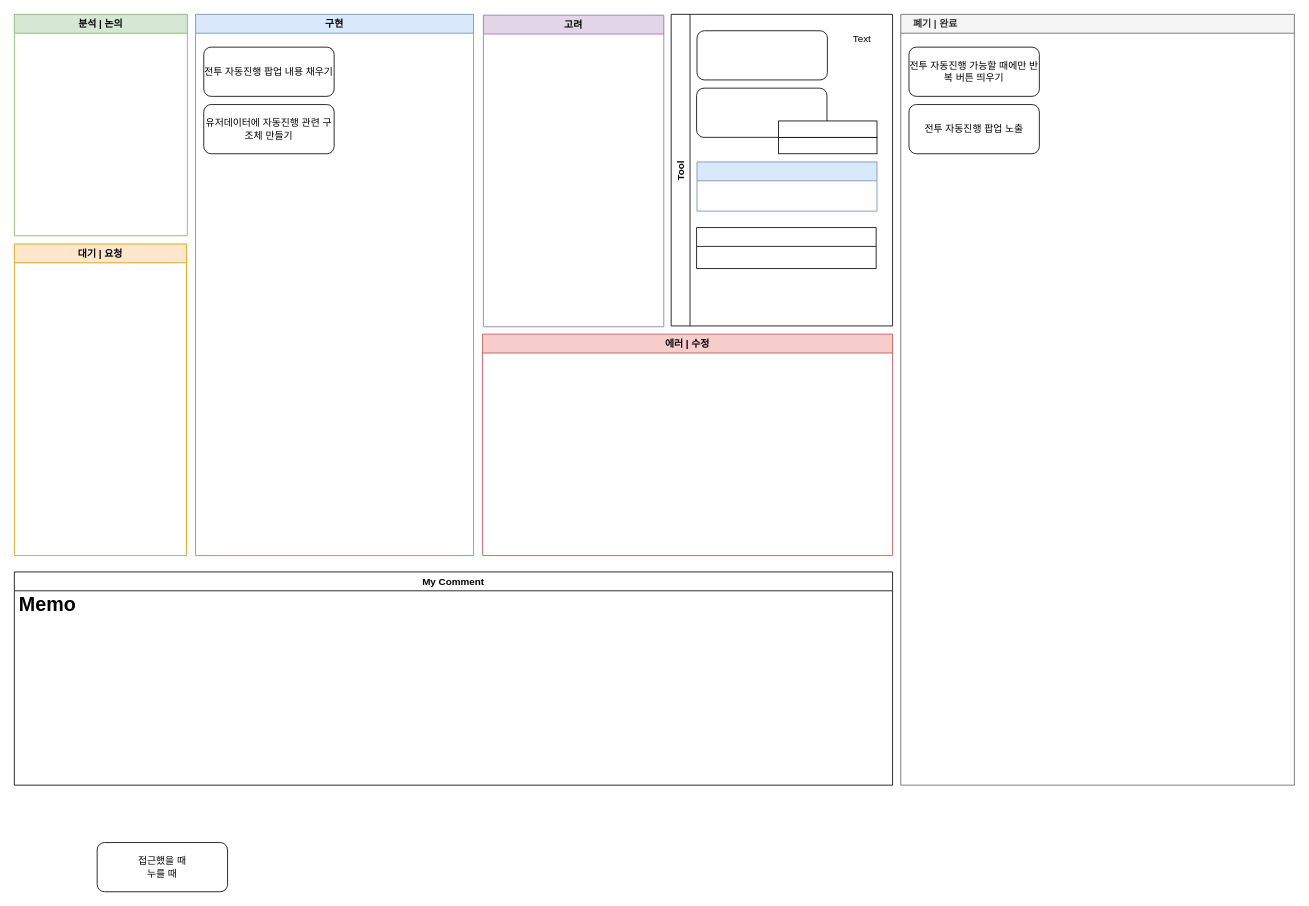
Above: 스테이지 자동진행 진행상황.drawio in Endorr/Job-Board (draw.io), before the change. Source tidied: cells renumbered, new cells numbered last; positions are measured from the earlier drawing's top-left corner, leaving out a move shared by most shapes. Both pictures are drawn from the tidied source at 82%, with x=0, y=0 at pixel (14, 14).
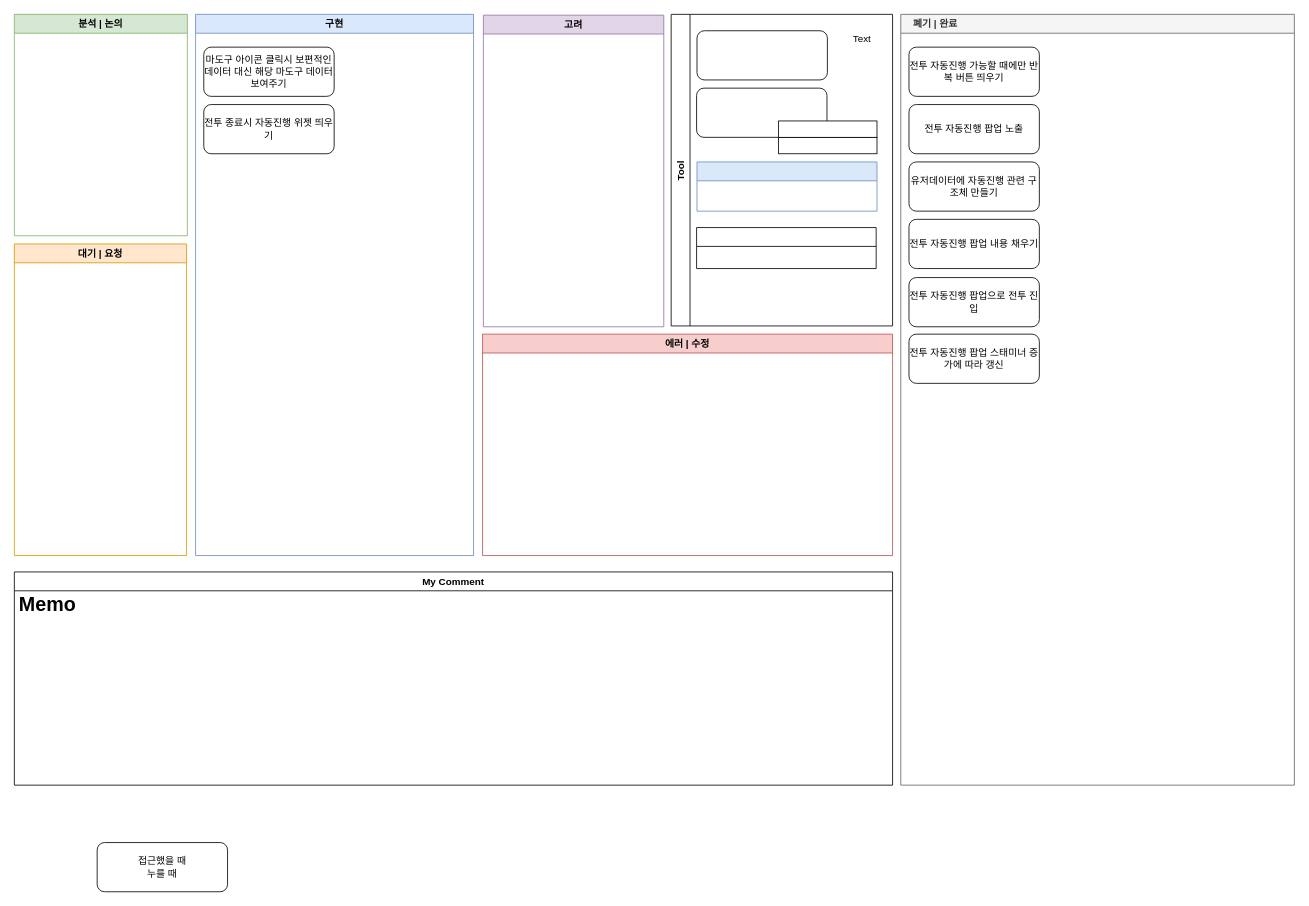
The same page after the edit.

Commit message:
Update 스테이지 자동진행 진행상황.drawio

Unchanged cells that the change refers to:
```xml
<mxCell id="2" value="구현" style="swimlane;fillColor=#dae8fc;strokeColor=#6c8ebf;" parent="1" vertex="1">
  <mxGeometry x="221" width="339" height="660" as="geometry" />
</mxCell>
<mxCell id="9" value="    폐기 | 완료" style="swimlane;strokeColor=#666666;fillColor=#f5f5f5;fontColor=#333333;align=left;" parent="1" vertex="1">
  <mxGeometry x="1081" width="480" height="940" as="geometry" />
</mxCell>
```

Change to the diagram source:
```diff
@@
-    <mxCell id="3" value="전투 자동진행 팝업 내용 채우기" style="rounded=1;whiteSpace=wrap;html=1;" parent="2" vertex="1">
-      <mxGeometry x="10" y="40" width="159" height="60" as="geometry" />
-    </mxCell>
-    <mxCell id="4" value="유저데이터에 자동진행 관련 구조체 만들기" style="rounded=1;whiteSpace=wrap;html=1;" parent="2" vertex="1">
-      <mxGeometry x="10" y="110" width="159" height="60" as="geometry" />
-    </mxCell>
+    <mxCell id="24" value="마도구 아이콘 클릭시 보편적인 데이터 대신 해당 마도구 데이터 보여주기" style="rounded=1;whiteSpace=wrap;html=1;" parent="2" vertex="1">
+      <mxGeometry x="10" y="40" width="159" height="60" as="geometry" />
+    </mxCell>
+    <mxCell id="25" value="전투 종료시 자동진행 위젯 띄우기" style="rounded=1;whiteSpace=wrap;html=1;" parent="2" vertex="1">
+      <mxGeometry x="10" y="110" width="159" height="60" as="geometry" />
+    </mxCell>
@@
+    <mxCell id="4" value="유저데이터에 자동진행 관련 구조체 만들기" style="rounded=1;whiteSpace=wrap;html=1;" parent="9" vertex="1">
+      <mxGeometry x="10" y="180" width="159" height="60" as="geometry" />
+    </mxCell>
+    <mxCell id="3" value="전투 자동진행 팝업 내용 채우기" style="rounded=1;whiteSpace=wrap;html=1;" parent="9" vertex="1">
+      <mxGeometry x="10" y="250" width="159" height="60" as="geometry" />
+    </mxCell>
+    <mxCell id="26" value="전투 자동진행 팝업으로 전투 진입" style="rounded=1;whiteSpace=wrap;html=1;" parent="9" vertex="1">
+      <mxGeometry x="10" y="321" width="159" height="60" as="geometry" />
+    </mxCell>
+    <mxCell id="27" value="전투 자동진행 팝업 스태미너 증가에 따라 갱신" style="rounded=1;whiteSpace=wrap;html=1;" parent="9" vertex="1">
+      <mxGeometry x="10" y="390" width="159" height="60" as="geometry" />
+    </mxCell>
```
